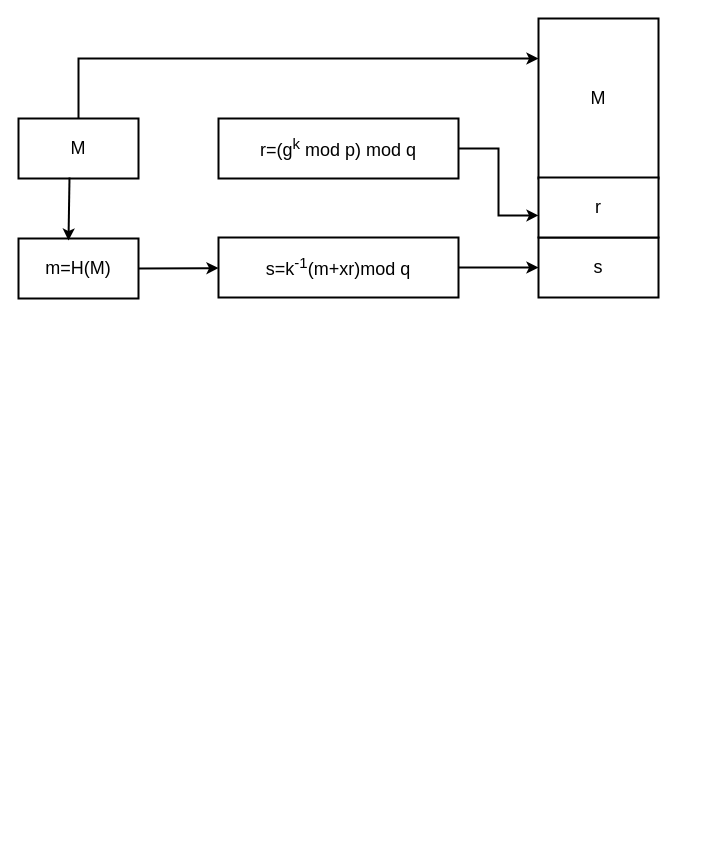
Before: elgammal.drawio in mzndnes/tic, a draw.io diagram. Source tidied: cells renumbered, new cells numbered last; positions are measured from the earlier drawing's top-left corner, leaving out a move shared by most shapes. Both pictures are drawn from the tidied source at 100%, with x=0, y=0 at pixel (18, 18).
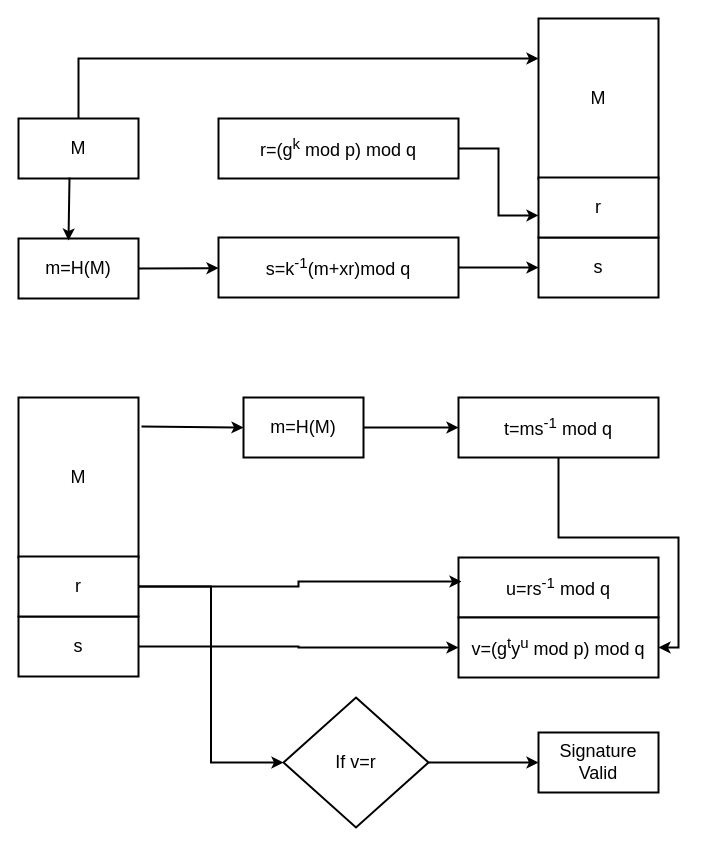
Above is the later version.

Change to the diagram source:
```diff
@@
+    <mxCell id="14" style="edgeStyle=orthogonalEdgeStyle;rounded=0;jettySize=auto;html=1;entryX=1;entryY=0.5;entryDx=0;entryDy=0;strokeWidth=2;" parent="1" edge="1" source="15" target="23">
+      <mxGeometry relative="1" as="geometry" />
+    </mxCell>
+    <mxCell id="15" value="t=ms&lt;sup&gt;-1&lt;/sup&gt; mod q" style="rounded=0;whiteSpace=wrap;html=1;strokeWidth=2;fontSize=18;" parent="1" vertex="1">
+      <mxGeometry x="440" y="379" width="200" height="60" as="geometry" />
+    </mxCell>
+    <mxCell id="16" value="M" style="rounded=0;whiteSpace=wrap;html=1;strokeWidth=2;fontSize=18;" parent="1" vertex="1">
+      <mxGeometry y="379" width="120" height="160" as="geometry" />
+    </mxCell>
+    <mxCell id="17" style="edgeStyle=orthogonalEdgeStyle;rounded=0;jettySize=auto;html=1;strokeWidth=2;" parent="1" edge="1" source="18" target="23">
+      <mxGeometry relative="1" as="geometry" />
+    </mxCell>
+    <mxCell id="18" value="s" style="rounded=0;whiteSpace=wrap;html=1;strokeWidth=2;fontSize=18;" parent="1" vertex="1">
+      <mxGeometry y="598" width="120" height="60" as="geometry" />
+    </mxCell>
+    <mxCell id="19" style="edgeStyle=orthogonalEdgeStyle;rounded=0;jettySize=auto;html=1;entryX=0;entryY=0.5;entryDx=0;entryDy=0;strokeWidth=2;" parent="1" edge="1" source="20" target="28">
+      <mxGeometry relative="1" as="geometry" />
+    </mxCell>
+    <mxCell id="20" value="r" style="rounded=0;whiteSpace=wrap;html=1;strokeWidth=2;fontSize=18;" parent="1" vertex="1">
+      <mxGeometry y="538" width="120" height="60" as="geometry" />
+    </mxCell>
+    <mxCell id="21" value="m=H(M)" style="rounded=0;whiteSpace=wrap;html=1;strokeWidth=2;fontSize=18;" parent="1" vertex="1">
+      <mxGeometry x="225" y="379" width="120" height="60" as="geometry" />
+    </mxCell>
+    <mxCell id="22" value="u=rs&lt;sup&gt;-1&lt;/sup&gt; mod q" style="rounded=0;whiteSpace=wrap;html=1;strokeWidth=2;fontSize=18;" parent="1" vertex="1">
+      <mxGeometry x="440" y="539" width="200" height="60" as="geometry" />
+    </mxCell>
+    <mxCell id="23" value="v=(g&lt;sup&gt;t&lt;/sup&gt;y&lt;sup&gt;u&lt;/sup&gt; mod p) mod q" style="rounded=0;whiteSpace=wrap;html=1;strokeWidth=2;fontSize=18;" parent="1" vertex="1">
+      <mxGeometry x="440" y="599" width="200" height="60" as="geometry" />
+    </mxCell>
+    <mxCell id="24" style="endArrow=classic;html=1;rounded=0;exitX=1;exitY=0.5;exitDx=0;exitDy=0;entryX=0;entryY=0.5;entryDx=0;entryDy=0;strokeWidth=2;" parent="1" edge="1" source="21" target="15">
+      <mxGeometry relative="1" as="geometry" />
+    </mxCell>
+    <mxCell id="25" style="endArrow=classic;html=1;rounded=0;entryX=0;entryY=0.5;entryDx=0;entryDy=0;strokeWidth=2;exitX=1.025;exitY=0.181;exitDx=0;exitDy=0;exitPerimeter=0;" parent="1" edge="1" source="16" target="21">
+      <mxGeometry relative="1" as="geometry" />
+    </mxCell>
+    <mxCell id="26" style="edgeStyle=orthogonalEdgeStyle;rounded=0;jettySize=auto;html=1;entryX=0.015;entryY=0.4;entryDx=0;entryDy=0;entryPerimeter=0;strokeWidth=2;" parent="1" edge="1" source="20" target="22">
+      <mxGeometry relative="1" as="geometry" />
+    </mxCell>
+    <mxCell id="27" style="edgeStyle=orthogonalEdgeStyle;rounded=0;jettySize=auto;html=1;strokeWidth=2;" parent="1" edge="1" source="28" target="29">
+      <mxGeometry relative="1" as="geometry" />
+    </mxCell>
+    <mxCell id="28" value="If v=r" style="rhombus;whiteSpace=wrap;html=1;fontSize=18;strokeWidth=2;" parent="1" vertex="1">
+      <mxGeometry x="265" y="679" width="145" height="130" as="geometry" />
+    </mxCell>
+    <mxCell id="29" value="Signature Valid" style="rounded=0;whiteSpace=wrap;html=1;strokeWidth=2;fontSize=18;" parent="1" vertex="1">
+      <mxGeometry x="520" y="714" width="120" height="60" as="geometry" />
+    </mxCell>
```
